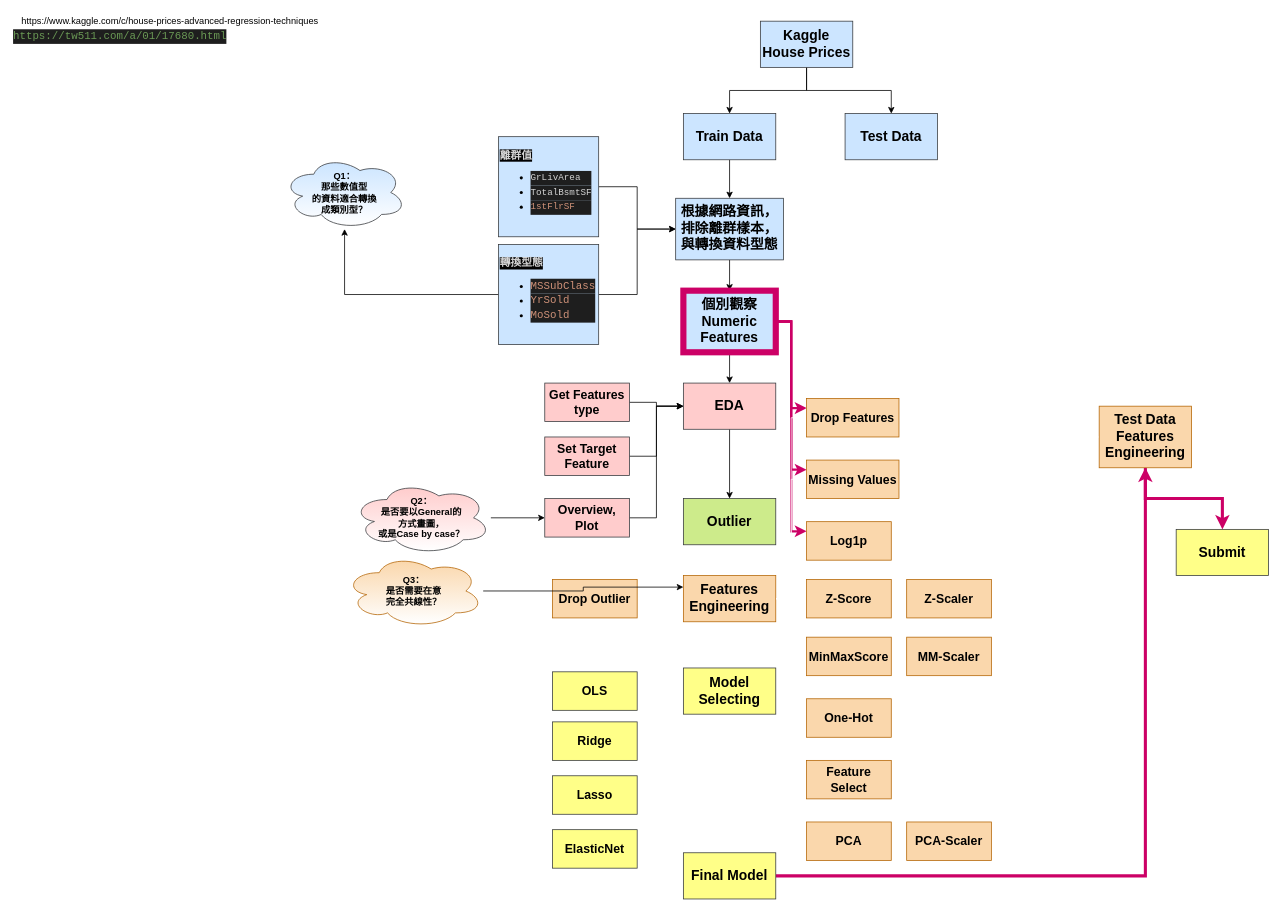
The draw.io diagram SideProject/03_Kaggle_House_Prices/workflow.drawio in GallonShih/Projects, before the edit. Source tidied: cells renumbered, new cells numbered last; positions are measured from the earlier drawing's top-left corner, leaving out a move shared by most shapes. Both pictures are drawn from the tidied source at 77%, with x=0, y=0 at pixel (15, 13).
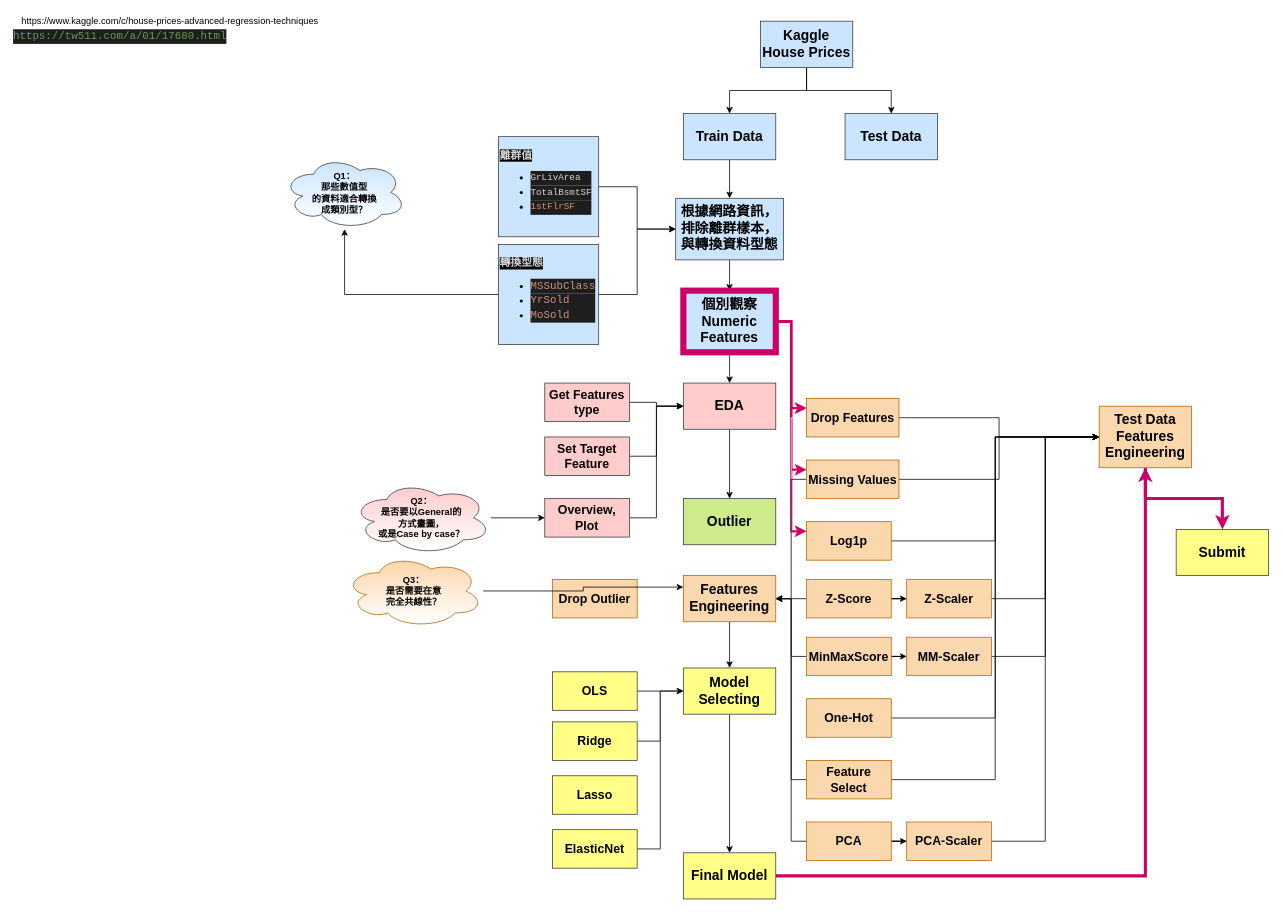
The same page after the edit.

Unchanged cells that the change refers to:
```xml
<mxCell id="35" value="&lt;font color=&quot;#000000&quot; size=&quot;1&quot;&gt;&lt;b style=&quot;font-size: 18px&quot;&gt;Features Engineering&lt;br&gt;&lt;/b&gt;&lt;/font&gt;" style="rounded=0;whiteSpace=wrap;html=1;fillColor=#fad7ac;strokeColor=#b46504;" parent="1" vertex="1">
  <mxGeometry x="867" y="730" width="120" height="60" as="geometry" />
</mxCell>
<mxCell id="40" value="&lt;font color=&quot;#000000&quot; style=&quot;font-size: 16px&quot;&gt;&lt;b&gt;Drop Features&lt;br&gt;&lt;/b&gt;&lt;/font&gt;" style="rounded=0;whiteSpace=wrap;html=1;fillColor=#fad7ac;strokeColor=#b46504;" parent="1" vertex="1">
  <mxGeometry x="1027" y="500" width="120" height="50" as="geometry" />
</mxCell>
<mxCell id="43" value="&lt;font color=&quot;#000000&quot; style=&quot;font-size: 16px&quot;&gt;&lt;b&gt;Log1p&lt;br&gt;&lt;/b&gt;&lt;/font&gt;" style="rounded=0;whiteSpace=wrap;html=1;fillColor=#fad7ac;strokeColor=#b46504;" parent="1" vertex="1">
  <mxGeometry x="1027" y="660" width="110" height="50" as="geometry" />
</mxCell>
<mxCell id="46" value="&lt;font color=&quot;#000000&quot; style=&quot;font-size: 16px&quot;&gt;&lt;b&gt;Z-Score&lt;br&gt;&lt;/b&gt;&lt;/font&gt;" style="rounded=0;whiteSpace=wrap;html=1;fillColor=#fad7ac;strokeColor=#b46504;" parent="1" vertex="1">
  <mxGeometry x="1027" y="735" width="110" height="50" as="geometry" />
</mxCell>
<mxCell id="49" value="&lt;font color=&quot;#000000&quot; style=&quot;font-size: 16px&quot;&gt;&lt;b&gt;MinMaxScore&lt;br&gt;&lt;/b&gt;&lt;/font&gt;" style="rounded=0;whiteSpace=wrap;html=1;fillColor=#fad7ac;strokeColor=#b46504;" parent="1" vertex="1">
  <mxGeometry x="1027" y="810" width="110" height="50" as="geometry" />
</mxCell>
<mxCell id="51" value="&lt;font color=&quot;#000000&quot; style=&quot;font-size: 16px&quot;&gt;&lt;b&gt;Z-Scaler&lt;br&gt;&lt;/b&gt;&lt;/font&gt;" style="rounded=0;whiteSpace=wrap;html=1;fillColor=#fad7ac;strokeColor=#b46504;" parent="1" vertex="1">
  <mxGeometry x="1157" y="735" width="110" height="50" as="geometry" />
</mxCell>
<mxCell id="53" value="&lt;font color=&quot;#000000&quot; style=&quot;font-size: 16px&quot;&gt;&lt;b&gt;MM-Scaler&lt;br&gt;&lt;/b&gt;&lt;/font&gt;" style="rounded=0;whiteSpace=wrap;html=1;fillColor=#fad7ac;strokeColor=#b46504;" parent="1" vertex="1">
  <mxGeometry x="1157" y="810" width="110" height="50" as="geometry" />
</mxCell>
<mxCell id="56" value="&lt;font color=&quot;#000000&quot; style=&quot;font-size: 16px&quot;&gt;&lt;b&gt;Missing Values&lt;br&gt;&lt;/b&gt;&lt;/font&gt;" style="rounded=0;whiteSpace=wrap;html=1;fillColor=#fad7ac;strokeColor=#b46504;" parent="1" vertex="1">
  <mxGeometry x="1027" y="580" width="120" height="50" as="geometry" />
</mxCell>
<mxCell id="59" value="&lt;font color=&quot;#000000&quot; style=&quot;font-size: 16px&quot;&gt;&lt;b&gt;One-Hot&lt;br&gt;&lt;/b&gt;&lt;/font&gt;" style="rounded=0;whiteSpace=wrap;html=1;fillColor=#fad7ac;strokeColor=#b46504;" parent="1" vertex="1">
  <mxGeometry x="1027" y="890" width="110" height="50" as="geometry" />
</mxCell>
<mxCell id="62" value="&lt;font color=&quot;#000000&quot; style=&quot;font-size: 16px&quot;&gt;&lt;b&gt;Feature Select&lt;br&gt;&lt;/b&gt;&lt;/font&gt;" style="rounded=0;whiteSpace=wrap;html=1;fillColor=#fad7ac;strokeColor=#b46504;" parent="1" vertex="1">
  <mxGeometry x="1027" y="970" width="110" height="50" as="geometry" />
</mxCell>
<mxCell id="64" value="&lt;font color=&quot;#000000&quot; size=&quot;1&quot;&gt;&lt;b style=&quot;font-size: 18px&quot;&gt;Test Data&lt;br&gt;Features Engineering&lt;br&gt;&lt;/b&gt;&lt;/font&gt;" style="rounded=0;whiteSpace=wrap;html=1;fillColor=#fad7ac;strokeColor=#b46504;" parent="1" vertex="1">
  <mxGeometry x="1407" y="510" width="120" height="80" as="geometry" />
</mxCell>
<mxCell id="67" value="&lt;font color=&quot;#000000&quot; style=&quot;font-size: 16px&quot;&gt;&lt;b&gt;PCA&lt;br&gt;&lt;/b&gt;&lt;/font&gt;" style="rounded=0;whiteSpace=wrap;html=1;fillColor=#fad7ac;strokeColor=#b46504;" parent="1" vertex="1">
  <mxGeometry x="1027" y="1050" width="110" height="50" as="geometry" />
</mxCell>
<mxCell id="69" value="&lt;font color=&quot;#000000&quot; style=&quot;font-size: 16px&quot;&gt;&lt;b&gt;PCA-Scaler&lt;br&gt;&lt;/b&gt;&lt;/font&gt;" style="rounded=0;whiteSpace=wrap;html=1;fillColor=#fad7ac;strokeColor=#b46504;" parent="1" vertex="1">
  <mxGeometry x="1157" y="1050" width="110" height="50" as="geometry" />
</mxCell>
<mxCell id="71" value="&lt;font color=&quot;#000000&quot; size=&quot;1&quot;&gt;&lt;b style=&quot;font-size: 18px&quot;&gt;Model&lt;br&gt;Selecting&lt;br&gt;&lt;/b&gt;&lt;/font&gt;" style="rounded=0;whiteSpace=wrap;html=1;fillColor=#ffff88;strokeColor=#36393d;" parent="1" vertex="1">
  <mxGeometry x="867" y="850" width="120" height="60" as="geometry" />
</mxCell>
<mxCell id="73" value="&lt;font color=&quot;#000000&quot; style=&quot;font-size: 16px&quot;&gt;&lt;b&gt;OLS&lt;br&gt;&lt;/b&gt;&lt;/font&gt;" style="rounded=0;whiteSpace=wrap;html=1;fillColor=#ffff88;strokeColor=#36393d;" parent="1" vertex="1">
  <mxGeometry x="697" y="855" width="110" height="50" as="geometry" />
</mxCell>
<mxCell id="75" value="&lt;font color=&quot;#000000&quot; style=&quot;font-size: 16px&quot;&gt;&lt;b&gt;Ridge&lt;br&gt;&lt;/b&gt;&lt;/font&gt;" style="rounded=0;whiteSpace=wrap;html=1;fillColor=#ffff88;strokeColor=#36393d;" parent="1" vertex="1">
  <mxGeometry x="697" y="920" width="110" height="50" as="geometry" />
</mxCell>
<mxCell id="79" value="&lt;font color=&quot;#000000&quot; style=&quot;font-size: 16px&quot;&gt;&lt;b&gt;ElasticNet&lt;br&gt;&lt;/b&gt;&lt;/font&gt;" style="rounded=0;whiteSpace=wrap;html=1;fillColor=#ffff88;strokeColor=#36393d;" parent="1" vertex="1">
  <mxGeometry x="697" y="1060" width="110" height="50" as="geometry" />
</mxCell>
<mxCell id="81" value="&lt;font color=&quot;#000000&quot; size=&quot;1&quot;&gt;&lt;b style=&quot;font-size: 18px&quot;&gt;Final Model&lt;br&gt;&lt;/b&gt;&lt;/font&gt;" style="rounded=0;whiteSpace=wrap;html=1;fillColor=#ffff88;strokeColor=#36393d;" parent="1" vertex="1">
  <mxGeometry x="867" y="1090" width="120" height="60" as="geometry" />
</mxCell>
```

Change to the diagram source:
```diff
@@
-    <mxCell id="34" style="edgeStyle=orthogonalEdgeStyle;rounded=0;jettySize=auto;html=1;strokeColor=#FFFFFF;strokeWidth=1;" parent="1" edge="1" source="35" target="71">
+    <mxCell id="34" style="edgeStyle=orthogonalEdgeStyle;rounded=0;jettySize=auto;html=1;strokeWidth=1;" parent="1" edge="1" source="35" target="71">
       <mxGeometry relative="1" as="geometry" />
     </mxCell>
@@
-    <mxCell id="39" style="edgeStyle=orthogonalEdgeStyle;rounded=0;jettySize=auto;html=1;entryX=0;entryY=0.5;entryDx=0;entryDy=0;strokeColor=#FFFFFF;strokeWidth=1;" parent="1" edge="1" source="40" target="64">
+    <mxCell id="39" style="edgeStyle=orthogonalEdgeStyle;rounded=0;jettySize=auto;html=1;entryX=0;entryY=0.5;entryDx=0;entryDy=0;strokeWidth=1;" parent="1" edge="1" source="40" target="64">
       <mxGeometry relative="1" as="geometry" />
     </mxCell>
@@
-    <mxCell id="42" style="edgeStyle=orthogonalEdgeStyle;rounded=0;jettySize=auto;html=1;entryX=0;entryY=0.5;entryDx=0;entryDy=0;strokeColor=#FFFFFF;strokeWidth=1;" parent="1" edge="1" source="43" target="64">
+    <mxCell id="42" style="edgeStyle=orthogonalEdgeStyle;rounded=0;jettySize=auto;html=1;entryX=0;entryY=0.5;entryDx=0;entryDy=0;strokeWidth=1;" parent="1" edge="1" source="43" target="64">
       <mxGeometry relative="1" as="geometry" />
     </mxCell>
@@
-    <mxCell id="44" style="edgeStyle=orthogonalEdgeStyle;rounded=0;jettySize=auto;html=1;strokeColor=#FFFFFF;strokeWidth=1;" parent="1" edge="1" source="46" target="35">
+    <mxCell id="44" style="edgeStyle=orthogonalEdgeStyle;rounded=0;jettySize=auto;html=1;strokeWidth=1;" parent="1" edge="1" source="46" target="35">
       <mxGeometry relative="1" as="geometry" />
     </mxCell>
-    <mxCell id="45" style="edgeStyle=orthogonalEdgeStyle;rounded=0;jettySize=auto;html=1;strokeColor=#FFFFFF;strokeWidth=1;" parent="1" edge="1" source="46" target="51">
+    <mxCell id="45" style="edgeStyle=orthogonalEdgeStyle;rounded=0;jettySize=auto;html=1;strokeWidth=1;" parent="1" edge="1" source="46" target="51">
       <mxGeometry relative="1" as="geometry" />
     </mxCell>
@@
-    <mxCell id="47" style="edgeStyle=orthogonalEdgeStyle;rounded=0;jettySize=auto;html=1;entryX=1;entryY=0.5;entryDx=0;entryDy=0;strokeColor=#FFFFFF;strokeWidth=1;" parent="1" edge="1" source="49" target="35">
+    <mxCell id="47" style="edgeStyle=orthogonalEdgeStyle;rounded=0;jettySize=auto;html=1;entryX=1;entryY=0.5;entryDx=0;entryDy=0;strokeWidth=1;" parent="1" edge="1" source="49" target="35">
       <mxGeometry relative="1" as="geometry" />
     </mxCell>
-    <mxCell id="48" style="edgeStyle=orthogonalEdgeStyle;rounded=0;jettySize=auto;html=1;strokeColor=#FFFFFF;strokeWidth=1;" parent="1" edge="1" source="49" target="53">
+    <mxCell id="48" style="edgeStyle=orthogonalEdgeStyle;rounded=0;jettySize=auto;html=1;strokeWidth=1;" parent="1" edge="1" source="49" target="53">
       <mxGeometry relative="1" as="geometry" />
     </mxCell>
@@
-    <mxCell id="50" style="edgeStyle=orthogonalEdgeStyle;rounded=0;jettySize=auto;html=1;entryX=0;entryY=0.5;entryDx=0;entryDy=0;strokeColor=#FFFFFF;strokeWidth=1;" parent="1" edge="1" source="51" target="64">
+    <mxCell id="50" style="edgeStyle=orthogonalEdgeStyle;rounded=0;jettySize=auto;html=1;entryX=0;entryY=0.5;entryDx=0;entryDy=0;strokeWidth=1;" parent="1" edge="1" source="51" target="64">
       <mxGeometry relative="1" as="geometry" />
     </mxCell>
@@
-    <mxCell id="52" style="edgeStyle=orthogonalEdgeStyle;rounded=0;jettySize=auto;html=1;entryX=0;entryY=0.5;entryDx=0;entryDy=0;strokeColor=#FFFFFF;strokeWidth=1;" parent="1" edge="1" source="53" target="64">
+    <mxCell id="52" style="edgeStyle=orthogonalEdgeStyle;rounded=0;jettySize=auto;html=1;entryX=0;entryY=0.5;entryDx=0;entryDy=0;strokeWidth=1;" parent="1" edge="1" source="53" target="64">
       <mxGeometry relative="1" as="geometry" />
     </mxCell>
@@
-    <mxCell id="54" style="edgeStyle=orthogonalEdgeStyle;rounded=0;jettySize=auto;html=1;entryX=1;entryY=0.5;entryDx=0;entryDy=0;strokeColor=#FFFFFF;strokeWidth=1;" parent="1" edge="1" source="56" target="35">
+    <mxCell id="54" style="edgeStyle=orthogonalEdgeStyle;rounded=0;jettySize=auto;html=1;entryX=1;entryY=0.5;entryDx=0;entryDy=0;strokeWidth=1;" parent="1" edge="1" source="56" target="35">
       <mxGeometry relative="1" as="geometry" />
     </mxCell>
-    <mxCell id="55" style="edgeStyle=orthogonalEdgeStyle;rounded=0;jettySize=auto;html=1;strokeColor=#FFFFFF;strokeWidth=1;" parent="1" edge="1" source="56" target="64">
+    <mxCell id="55" style="edgeStyle=orthogonalEdgeStyle;rounded=0;jettySize=auto;html=1;strokeWidth=1;" parent="1" edge="1" source="56" target="64">
       <mxGeometry relative="1" as="geometry" />
     </mxCell>
@@
-    <mxCell id="58" style="edgeStyle=orthogonalEdgeStyle;rounded=0;jettySize=auto;html=1;entryX=0;entryY=0.5;entryDx=0;entryDy=0;strokeColor=#FFFFFF;strokeWidth=1;" parent="1" edge="1" source="59" target="64">
+    <mxCell id="58" style="edgeStyle=orthogonalEdgeStyle;rounded=0;jettySize=auto;html=1;entryX=0;entryY=0.5;entryDx=0;entryDy=0;strokeWidth=1;" parent="1" edge="1" source="59" target="64">
       <mxGeometry relative="1" as="geometry" />
     </mxCell>
@@
-    <mxCell id="60" style="edgeStyle=orthogonalEdgeStyle;rounded=0;jettySize=auto;html=1;entryX=1;entryY=0.5;entryDx=0;entryDy=0;strokeColor=#FFFFFF;strokeWidth=1;" parent="1" edge="1" source="62" target="35">
+    <mxCell id="60" style="edgeStyle=orthogonalEdgeStyle;rounded=0;jettySize=auto;html=1;entryX=1;entryY=0.5;entryDx=0;entryDy=0;strokeWidth=1;" parent="1" edge="1" source="62" target="35">
       <mxGeometry relative="1" as="geometry" />
     </mxCell>
-    <mxCell id="61" style="edgeStyle=orthogonalEdgeStyle;rounded=0;jettySize=auto;html=1;entryX=0;entryY=0.5;entryDx=0;entryDy=0;strokeColor=#FFFFFF;strokeWidth=1;" parent="1" edge="1" source="62" target="64">
+    <mxCell id="61" style="edgeStyle=orthogonalEdgeStyle;rounded=0;jettySize=auto;html=1;entryX=0;entryY=0.5;entryDx=0;entryDy=0;strokeWidth=1;" parent="1" edge="1" source="62" target="64">
       <mxGeometry relative="1" as="geometry" />
     </mxCell>
@@
-    <mxCell id="65" style="edgeStyle=orthogonalEdgeStyle;rounded=0;jettySize=auto;html=1;entryX=1;entryY=0.5;entryDx=0;entryDy=0;strokeColor=#FFFFFF;strokeWidth=1;" parent="1" edge="1" source="67" target="35">
+    <mxCell id="65" style="edgeStyle=orthogonalEdgeStyle;rounded=0;jettySize=auto;html=1;entryX=1;entryY=0.5;entryDx=0;entryDy=0;strokeWidth=1;" parent="1" edge="1" source="67" target="35">
       <mxGeometry relative="1" as="geometry" />
     </mxCell>
-    <mxCell id="66" style="edgeStyle=orthogonalEdgeStyle;rounded=0;jettySize=auto;html=1;strokeColor=#FFFFFF;strokeWidth=1;" parent="1" edge="1" source="67" target="69">
+    <mxCell id="66" style="edgeStyle=orthogonalEdgeStyle;rounded=0;jettySize=auto;html=1;strokeWidth=1;" parent="1" edge="1" source="67" target="69">
       <mxGeometry relative="1" as="geometry" />
     </mxCell>
@@
-    <mxCell id="68" style="edgeStyle=orthogonalEdgeStyle;rounded=0;jettySize=auto;html=1;entryX=0;entryY=0.5;entryDx=0;entryDy=0;strokeColor=#FFFFFF;strokeWidth=1;" parent="1" edge="1" source="69" target="64">
+    <mxCell id="68" style="edgeStyle=orthogonalEdgeStyle;rounded=0;jettySize=auto;html=1;entryX=0;entryY=0.5;entryDx=0;entryDy=0;strokeWidth=1;" parent="1" edge="1" source="69" target="64">
       <mxGeometry relative="1" as="geometry" />
     </mxCell>
@@
-    <mxCell id="70" style="edgeStyle=orthogonalEdgeStyle;rounded=0;jettySize=auto;html=1;strokeColor=#FFFFFF;strokeWidth=1;" parent="1" edge="1" source="71" target="81">
+    <mxCell id="70" style="edgeStyle=orthogonalEdgeStyle;rounded=0;jettySize=auto;html=1;strokeWidth=1;" parent="1" edge="1" source="71" target="81">
       <mxGeometry relative="1" as="geometry" />
     </mxCell>
@@
-    <mxCell id="72" style="edgeStyle=orthogonalEdgeStyle;rounded=0;jettySize=auto;html=1;strokeColor=#FFFFFF;strokeWidth=1;" parent="1" edge="1" source="73" target="71">
+    <mxCell id="72" style="edgeStyle=orthogonalEdgeStyle;rounded=0;jettySize=auto;html=1;strokeWidth=1;" parent="1" edge="1" source="73" target="71">
       <mxGeometry relative="1" as="geometry" />
     </mxCell>
@@
-    <mxCell id="74" style="edgeStyle=orthogonalEdgeStyle;rounded=0;jettySize=auto;html=1;entryX=0;entryY=0.5;entryDx=0;entryDy=0;strokeColor=#FFFFFF;strokeWidth=1;" parent="1" edge="1" source="75" target="71">
+    <mxCell id="74" style="edgeStyle=orthogonalEdgeStyle;rounded=0;jettySize=auto;html=1;entryX=0;entryY=0.5;entryDx=0;entryDy=0;strokeWidth=1;" parent="1" edge="1" source="75" target="71">
       <mxGeometry relative="1" as="geometry" />
     </mxCell>
@@
-    <mxCell id="78" style="edgeStyle=orthogonalEdgeStyle;rounded=0;jettySize=auto;html=1;entryX=0;entryY=0.5;entryDx=0;entryDy=0;strokeColor=#FFFFFF;strokeWidth=1;" parent="1" edge="1" source="79" target="71">
+    <mxCell id="78" style="edgeStyle=orthogonalEdgeStyle;rounded=0;jettySize=auto;html=1;entryX=0;entryY=0.5;entryDx=0;entryDy=0;strokeWidth=1;" parent="1" edge="1" source="79" target="71">
       <mxGeometry relative="1" as="geometry" />
     </mxCell>
```
